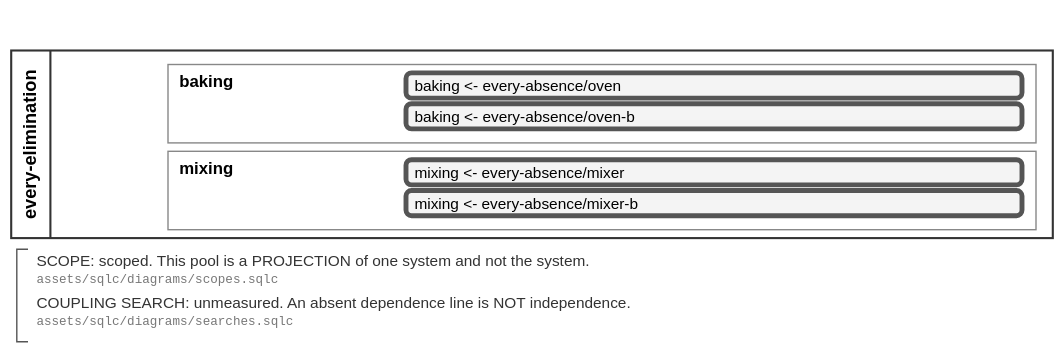
Before: assets/svg/filings/every-elimination.svg, a diagram exported from BPMN (soulstompp/process-modulus). Its source is kept beside it as assets/bpmn/filings/every-elimination.bpmn. Ids are renumbered. Its diagram source:
```xml
<!-- GENERATED from process-modulus by examples/diagramming/main.rs. DO NOT EDIT.
     source: the filing `every-elimination`; change the model, not this file.
     laws:   assets/sqlc/diagrams/roster.sqlc -->
<definitions xmlns="http://www.omg.org/spec/BPMN/20100524/MODEL"
             xmlns:tns="urn:example:fixture:bakery:every-elimination"
             xmlns:bpmndi="http://www.omg.org/spec/BPMN/20100524/DI"
             xmlns:dc="http://www.omg.org/spec/DD/20100524/DC"
             xmlns:f0="urn:example:fixture:bakery:every-absence"
             targetNamespace="urn:example:fixture:bakery:every-elimination"
             id="defs_every-elimination">
  <import importType="http://www.omg.org/spec/BPMN/20100524/MODEL" namespace="urn:example:fixture:bakery:every-absence" location="every-absence.bpmn"/>
  <collaboration id="collab_every-elimination">
    <participant id="pool_every-elimination" name="every-elimination" processRef="proc_every-elimination"/>
  </collaboration>
  <process id="proc_every-elimination" isExecutable="false">
    <documentation>pm:Stack of `every-elimination`. Rendered from process-modulus; the arithmetic is not here, and how much of the system this stack holds is on the laneSet. [assets/sqlc/diagrams/pools.sqlc]</documentation>
    <laneSet id="lanes_every-elimination" name="draw">
      <documentation>scope: scoped. `complete` asserts there are no other layers of this system, `scoped` says somebody established what lies outside and excluded it, `unbounded` says nobody looked. ⛔ A LANE SET CANNOT SAY WHICH, so this sentence is the only place it is said. Basis: stipulated: two composed layers assembled from four parts of one fixture filing, which holds layers this one does not compose [assets/sqlc/diagrams/scopes.sqlc]</documentation>
      <documentation>coupling search: unmeasured. `unmeasured` is nobody looked, `none` is somebody looked and found no dependence, `notApplicable` is there is no pair to couple, `stated` is the dependences drawn here. An absent line is not independence. [assets/sqlc/diagrams/searches.sqlc]</documentation>
      <lane id="lane_every-elimination_baking" name="baking">
        <documentation>rank 1; nothing beneath this layer needs evaluating first at rank 0, and a higher rank waits on every arrival below it [assets/sqlc/rank/evaluation_order.sqlc]</documentation>
        <flowNodeRef>call_every-elimination_baking_every-absence_oven</flowNodeRef>
        <flowNodeRef>call_every-elimination_baking_every-absence_oven-b</flowNodeRef>
      </lane>
      <lane id="lane_every-elimination_mixing" name="mixing">
        <documentation>rank 1; nothing beneath this layer needs evaluating first at rank 0, and a higher rank waits on every arrival below it [assets/sqlc/rank/evaluation_order.sqlc]</documentation>
        <flowNodeRef>call_every-elimination_mixing_every-absence_mixer</flowNodeRef>
        <flowNodeRef>call_every-elimination_mixing_every-absence_mixer-b</flowNodeRef>
      </lane>
    </laneSet>
    <callActivity id="call_every-elimination_baking_every-absence_oven" name="baking &lt;- every-absence/oven" calledElement="f0:proc_every-absence"/>
    <callActivity id="call_every-elimination_baking_every-absence_oven-b" name="baking &lt;- every-absence/oven-b" calledElement="f0:proc_every-absence"/>
    <callActivity id="call_every-elimination_mixing_every-absence_mixer" name="mixing &lt;- every-absence/mixer" calledElement="f0:proc_every-absence"/>
    <callActivity id="call_every-elimination_mixing_every-absence_mixer-b" name="mixing &lt;- every-absence/mixer-b" calledElement="f0:proc_every-absence"/>
    <textAnnotation id="note_every-elimination_scope">
      <text>SCOPE: scoped. This pool is a PROJECTION of one system and not the system. [assets/sqlc/diagrams/scopes.sqlc]</text>
    </textAnnotation>
    <textAnnotation id="note_every-elimination_search">
      <text>COUPLING SEARCH: unmeasured. An absent dependence line is NOT independence. [assets/sqlc/diagrams/searches.sqlc]</text>
    </textAnnotation>
  </process>
  <relationship type="process-modulus:part" direction="Forward">
    <documentation>a composed layer and the layer it is composed FROM. `calledElement` names a process, so the call beside this one is at document grain; this is the same fact at layer grain. [assets/sqlc/diagrams/descents.sqlc]</documentation>
    <source>tns:lane_every-elimination_baking</source>
    <target>f0:lane_every-absence_oven</target>
  </relationship>
  <relationship type="process-modulus:part" direction="Forward">
    <documentation>a composed layer and the layer it is composed FROM. `calledElement` names a process, so the call beside this one is at document grain; this is the same fact at layer grain. [assets/sqlc/diagrams/descents.sqlc]</documentation>
    <source>tns:lane_every-elimination_baking</source>
    <target>f0:lane_every-absence_oven-b</target>
  </relationship>
  <relationship type="process-modulus:part" direction="Forward">
    <documentation>a composed layer and the layer it is composed FROM. `calledElement` names a process, so the call beside this one is at document grain; this is the same fact at layer grain. [assets/sqlc/diagrams/descents.sqlc]</documentation>
    <source>tns:lane_every-elimination_mixing</source>
    <target>f0:lane_every-absence_mixer</target>
  </relationship>
  <relationship type="process-modulus:part" direction="Forward">
    <documentation>a composed layer and the layer it is composed FROM. `calledElement` names a process, so the call beside this one is at document grain; this is the same fact at layer grain. [assets/sqlc/diagrams/descents.sqlc]</documentation>
    <source>tns:lane_every-elimination_mixing</source>
    <target>f0:lane_every-absence_mixer-b</target>
  </relationship>
  <bpmndi:BPMNDiagram id="diagram_every-elimination">
    <bpmndi:BPMNPlane id="plane_every-elimination" bpmnElement="tns:collab_every-elimination">
      <bpmndi:BPMNShape id="shape_every-elimination_pool" bpmnElement="tns:pool_every-elimination" isHorizontal="true">
        <dc:Bounds x="8" y="36" width="744" height="134"/>
      </bpmndi:BPMNShape>
      <bpmndi:BPMNShape id="shape_every-elimination_lane_every-elimination_baking" bpmnElement="tns:lane_every-elimination_baking">
        <dc:Bounds x="120" y="46" width="620" height="56"/>
      </bpmndi:BPMNShape>
      <bpmndi:BPMNShape id="shape_every-elimination_call_every-elimination_baking_every-absence_oven" bpmnElement="tns:call_every-elimination_baking_every-absence_oven">
        <dc:Bounds x="290" y="52" width="440" height="18"/>
      </bpmndi:BPMNShape>
      <bpmndi:BPMNShape id="shape_every-elimination_call_every-elimination_baking_every-absence_oven-b" bpmnElement="tns:call_every-elimination_baking_every-absence_oven-b">
        <dc:Bounds x="290" y="74" width="440" height="18"/>
      </bpmndi:BPMNShape>
      <bpmndi:BPMNShape id="shape_every-elimination_lane_every-elimination_mixing" bpmnElement="tns:lane_every-elimination_mixing">
        <dc:Bounds x="120" y="108" width="620" height="56"/>
      </bpmndi:BPMNShape>
      <bpmndi:BPMNShape id="shape_every-elimination_call_every-elimination_mixing_every-absence_mixer" bpmnElement="tns:call_every-elimination_mixing_every-absence_mixer">
        <dc:Bounds x="290" y="114" width="440" height="18"/>
      </bpmndi:BPMNShape>
      <bpmndi:BPMNShape id="shape_every-elimination_call_every-elimination_mixing_every-absence_mixer-b" bpmnElement="tns:call_every-elimination_mixing_every-absence_mixer-b">
        <dc:Bounds x="290" y="136" width="440" height="18"/>
      </bpmndi:BPMNShape>
    </bpmndi:BPMNPlane>
  </bpmndi:BPMNDiagram>
</definitions>
```
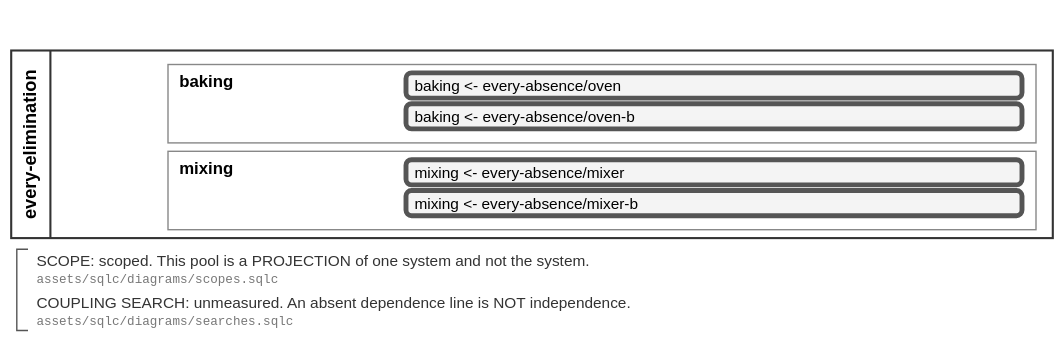
The same file after the commit.

The edit, as a diff of the source:
```diff
@@ -5,6 +5,7 @@
              xmlns:tns="urn:example:fixture:bakery:every-elimination"
              xmlns:bpmndi="http://www.omg.org/spec/BPMN/20100524/DI"
              xmlns:dc="http://www.omg.org/spec/DD/20100524/DC"
+             xmlns:di="http://www.omg.org/spec/DD/20100524/DI"
              xmlns:f0="urn:example:fixture:bakery:every-absence"
              targetNamespace="urn:example:fixture:bakery:every-elimination"
              id="defs_every-elimination">
@@ -39,26 +40,6 @@
       <text>COUPLING SEARCH: unmeasured. An absent dependence line is NOT independence. [assets/sqlc/diagrams/searches.sqlc]</text>
     </textAnnotation>
   </process>
-  <relationship type="process-modulus:part" direction="Forward">
-    <documentation>a composed layer and the layer it is composed FROM. `calledElement` names a process, so the call beside this one is at document grain; this is the same fact at layer grain. [assets/sqlc/diagrams/descents.sqlc]</documentation>
-    <source>tns:lane_every-elimination_baking</source>
-    <target>f0:lane_every-absence_oven</target>
-  </relationship>
-  <relationship type="process-modulus:part" direction="Forward">
-    <documentation>a composed layer and the layer it is composed FROM. `calledElement` names a process, so the call beside this one is at document grain; this is the same fact at layer grain. [assets/sqlc/diagrams/descents.sqlc]</documentation>
-    <source>tns:lane_every-elimination_baking</source>
-    <target>f0:lane_every-absence_oven-b</target>
-  </relationship>
-  <relationship type="process-modulus:part" direction="Forward">
-    <documentation>a composed layer and the layer it is composed FROM. `calledElement` names a process, so the call beside this one is at document grain; this is the same fact at layer grain. [assets/sqlc/diagrams/descents.sqlc]</documentation>
-    <source>tns:lane_every-elimination_mixing</source>
-    <target>f0:lane_every-absence_mixer</target>
-  </relationship>
-  <relationship type="process-modulus:part" direction="Forward">
-    <documentation>a composed layer and the layer it is composed FROM. `calledElement` names a process, so the call beside this one is at document grain; this is the same fact at layer grain. [assets/sqlc/diagrams/descents.sqlc]</documentation>
-    <source>tns:lane_every-elimination_mixing</source>
-    <target>f0:lane_every-absence_mixer-b</target>
-  </relationship>
   <bpmndi:BPMNDiagram id="diagram_every-elimination">
     <bpmndi:BPMNPlane id="plane_every-elimination" bpmnElement="tns:collab_every-elimination">
       <bpmndi:BPMNShape id="shape_every-elimination_pool" bpmnElement="tns:pool_every-elimination" isHorizontal="true">
@@ -82,6 +63,32 @@
       <bpmndi:BPMNShape id="shape_every-elimination_call_every-elimination_mixing_every-absence_mixer-b" bpmnElement="tns:call_every-elimination_mixing_every-absence_mixer-b">
         <dc:Bounds x="290" y="136" width="440" height="18"/>
       </bpmndi:BPMNShape>
+      <bpmndi:BPMNShape id="shape_every-elimination_note_every-elimination_scope" bpmnElement="tns:note_every-elimination_scope">
+        <dc:Bounds x="20" y="178" width="720" height="28"/>
+      </bpmndi:BPMNShape>
+      <bpmndi:BPMNShape id="shape_every-elimination_note_every-elimination_search" bpmnElement="tns:note_every-elimination_search">
+        <dc:Bounds x="20" y="208" width="720" height="28"/>
+      </bpmndi:BPMNShape>
     </bpmndi:BPMNPlane>
   </bpmndi:BPMNDiagram>
+  <relationship type="process-modulus:part" direction="Forward">
+    <documentation>a composed layer and the layer it is composed FROM. `calledElement` names a process, so the call beside this one is at document grain; this is the same fact at layer grain. [assets/sqlc/diagrams/descents.sqlc]</documentation>
+    <source>tns:lane_every-elimination_baking</source>
+    <target>f0:lane_every-absence_oven</target>
+  </relationship>
+  <relationship type="process-modulus:part" direction="Forward">
+    <documentation>a composed layer and the layer it is composed FROM. `calledElement` names a process, so the call beside this one is at document grain; this is the same fact at layer grain. [assets/sqlc/diagrams/descents.sqlc]</documentation>
+    <source>tns:lane_every-elimination_baking</source>
+    <target>f0:lane_every-absence_oven-b</target>
+  </relationship>
+  <relationship type="process-modulus:part" direction="Forward">
+    <documentation>a composed layer and the layer it is composed FROM. `calledElement` names a process, so the call beside this one is at document grain; this is the same fact at layer grain. [assets/sqlc/diagrams/descents.sqlc]</documentation>
+    <source>tns:lane_every-elimination_mixing</source>
+    <target>f0:lane_every-absence_mixer</target>
+  </relationship>
+  <relationship type="process-modulus:part" direction="Forward">
+    <documentation>a composed layer and the layer it is composed FROM. `calledElement` names a process, so the call beside this one is at document grain; this is the same fact at layer grain. [assets/sqlc/diagrams/descents.sqlc]</documentation>
+    <source>tns:lane_every-elimination_mixing</source>
+    <target>f0:lane_every-absence_mixer-b</target>
+  </relationship>
 </definitions>
```
